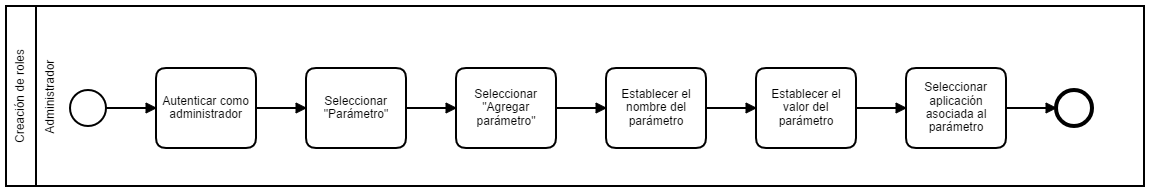
Earlier version of the BPMN export configuracion/imagenes/creacion_parametro_nodo.png (udistrital/arquitectura_docs). Its source is kept beside it as configuracion/imagenes/creacion_parametro_nodo.bpmn. Ids are renumbered. Source of this version:
```xml
<bpmn:definitions xmlns:bpmn="http://www.omg.org/spec/BPMN/20100524/MODEL" xmlns:bpmndi="http://www.omg.org/spec/BPMN/20100524/DI" xmlns:di="http://www.omg.org/spec/DD/20100524/DI" xmlns:dc="http://www.omg.org/spec/DD/20100524/DC" id="Definitions_n1" targetNamespace="http://bpmn.io/schema/bpmn" exporter="Camunda Modeler" exporterVersion="1.14.0">
  <bpmn:collaboration id="Collaboration_n2">
    <bpmn:participant id="Participant_n3" name="Creación de roles" processRef="Process_1" />
  </bpmn:collaboration>
  <bpmn:process id="Process_1" isExecutable="true">
    <bpmn:laneSet>
      <bpmn:lane id="Lane_n4" name="Administrador">
        <bpmn:flowNodeRef>StartEvent_n5</bpmn:flowNodeRef>
        <bpmn:flowNodeRef>Task_n6</bpmn:flowNodeRef>
        <bpmn:flowNodeRef>Task_n7</bpmn:flowNodeRef>
        <bpmn:flowNodeRef>Task_n8</bpmn:flowNodeRef>
        <bpmn:flowNodeRef>Task_n9</bpmn:flowNodeRef>
        <bpmn:flowNodeRef>Task_n10</bpmn:flowNodeRef>
        <bpmn:flowNodeRef>Task_n11</bpmn:flowNodeRef>
        <bpmn:flowNodeRef>EndEvent_n12</bpmn:flowNodeRef>
      </bpmn:lane>
    </bpmn:laneSet>
    <bpmn:startEvent id="StartEvent_n5">
      <bpmn:outgoing>SequenceFlow_n13</bpmn:outgoing>
    </bpmn:startEvent>
    <bpmn:task id="Task_n6" name="Autenticar como administrador">
      <bpmn:incoming>SequenceFlow_n13</bpmn:incoming>
      <bpmn:outgoing>SequenceFlow_n14</bpmn:outgoing>
    </bpmn:task>
    <bpmn:task id="Task_n7" name="Seleccionar &#34;Parámetro&#34;">
      <bpmn:incoming>SequenceFlow_n14</bpmn:incoming>
      <bpmn:outgoing>SequenceFlow_n15</bpmn:outgoing>
    </bpmn:task>
    <bpmn:task id="Task_n8" name="Seleccionar &#34;Agregar parámetro&#34;">
      <bpmn:incoming>SequenceFlow_n15</bpmn:incoming>
      <bpmn:outgoing>SequenceFlow_n16</bpmn:outgoing>
    </bpmn:task>
    <bpmn:task id="Task_n9" name="Establecer el nombre del parámetro">
      <bpmn:incoming>SequenceFlow_n16</bpmn:incoming>
      <bpmn:outgoing>SequenceFlow_n17</bpmn:outgoing>
    </bpmn:task>
    <bpmn:task id="Task_n10" name="Establecer el valor del parámetro ">
      <bpmn:incoming>SequenceFlow_n17</bpmn:incoming>
      <bpmn:outgoing>SequenceFlow_n18</bpmn:outgoing>
    </bpmn:task>
    <bpmn:task id="Task_n11" name="Seleccionar aplicación asociada al parámetro">
      <bpmn:incoming>SequenceFlow_n18</bpmn:incoming>
      <bpmn:outgoing>SequenceFlow_n19</bpmn:outgoing>
    </bpmn:task>
    <bpmn:endEvent id="EndEvent_n12">
      <bpmn:incoming>SequenceFlow_n19</bpmn:incoming>
    </bpmn:endEvent>
    <bpmn:sequenceFlow id="SequenceFlow_n13" sourceRef="StartEvent_n5" targetRef="Task_n6" />
    <bpmn:sequenceFlow id="SequenceFlow_n14" sourceRef="Task_n6" targetRef="Task_n7" />
    <bpmn:sequenceFlow id="SequenceFlow_n15" sourceRef="Task_n7" targetRef="Task_n8" />
    <bpmn:sequenceFlow id="SequenceFlow_n16" sourceRef="Task_n8" targetRef="Task_n9" />
    <bpmn:sequenceFlow id="SequenceFlow_n17" sourceRef="Task_n9" targetRef="Task_n10" />
    <bpmn:sequenceFlow id="SequenceFlow_n18" sourceRef="Task_n10" targetRef="Task_n11" />
    <bpmn:sequenceFlow id="SequenceFlow_n19" sourceRef="Task_n11" targetRef="EndEvent_n12" />
  </bpmn:process>
  <bpmndi:BPMNDiagram id="BPMNDiagram_1">
    <bpmndi:BPMNPlane id="BPMNPlane_1" bpmnElement="Collaboration_n2">
      <bpmndi:BPMNShape id="Participant_n3_di" bpmnElement="Participant_n3">
        <dc:Bounds x="28" y="96" width="1138" height="180" />
      </bpmndi:BPMNShape>
      <bpmndi:BPMNShape id="Lane_n4_di" bpmnElement="Lane_n4">
        <dc:Bounds x="58" y="96" width="1108" height="180" />
      </bpmndi:BPMNShape>
      <bpmndi:BPMNShape id="StartEvent_n5_di" bpmnElement="StartEvent_n5">
        <dc:Bounds x="92" y="180" width="36" height="36" />
        <bpmndi:BPMNLabel>
          <dc:Bounds x="65" y="216" width="0" height="12" />
        </bpmndi:BPMNLabel>
      </bpmndi:BPMNShape>
      <bpmndi:BPMNShape id="Task_n6_di" bpmnElement="Task_n6">
        <dc:Bounds x="178" y="158" width="100" height="80" />
      </bpmndi:BPMNShape>
      <bpmndi:BPMNShape id="Task_n7_di" bpmnElement="Task_n7">
        <dc:Bounds x="328" y="158" width="100" height="80" />
      </bpmndi:BPMNShape>
      <bpmndi:BPMNShape id="Task_n8_di" bpmnElement="Task_n8">
        <dc:Bounds x="478" y="158" width="100" height="80" />
      </bpmndi:BPMNShape>
      <bpmndi:BPMNShape id="Task_n9_di" bpmnElement="Task_n9">
        <dc:Bounds x="628" y="158" width="100" height="80" />
      </bpmndi:BPMNShape>
      <bpmndi:BPMNShape id="Task_n10_di" bpmnElement="Task_n10">
        <dc:Bounds x="778" y="158" width="100" height="80" />
      </bpmndi:BPMNShape>
      <bpmndi:BPMNShape id="Task_n11_di" bpmnElement="Task_n11">
        <dc:Bounds x="928" y="158" width="100" height="80" />
      </bpmndi:BPMNShape>
      <bpmndi:BPMNShape id="EndEvent_n12_di" bpmnElement="EndEvent_n12">
        <dc:Bounds x="1078" y="180" width="36" height="36" />
        <bpmndi:BPMNLabel>
          <dc:Bounds x="1096" y="220" width="0" height="12" />
        </bpmndi:BPMNLabel>
      </bpmndi:BPMNShape>
      <bpmndi:BPMNEdge id="SequenceFlow_n13_di" bpmnElement="SequenceFlow_n13">
        <di:waypoint x="128" y="198" />
        <di:waypoint x="178" y="198" />
        <bpmndi:BPMNLabel>
          <dc:Bounds x="153" y="177" width="0" height="12" />
        </bpmndi:BPMNLabel>
      </bpmndi:BPMNEdge>
      <bpmndi:BPMNEdge id="SequenceFlow_n14_di" bpmnElement="SequenceFlow_n14">
        <di:waypoint x="278" y="198" />
        <di:waypoint x="328" y="198" />
        <bpmndi:BPMNLabel>
          <dc:Bounds x="303" y="177" width="0" height="12" />
        </bpmndi:BPMNLabel>
      </bpmndi:BPMNEdge>
      <bpmndi:BPMNEdge id="SequenceFlow_n15_di" bpmnElement="SequenceFlow_n15">
        <di:waypoint x="428" y="198" />
        <di:waypoint x="478" y="198" />
        <bpmndi:BPMNLabel>
          <dc:Bounds x="453" y="177" width="0" height="12" />
        </bpmndi:BPMNLabel>
      </bpmndi:BPMNEdge>
      <bpmndi:BPMNEdge id="SequenceFlow_n16_di" bpmnElement="SequenceFlow_n16">
        <di:waypoint x="578" y="198" />
        <di:waypoint x="628" y="198" />
        <bpmndi:BPMNLabel>
          <dc:Bounds x="603" y="177" width="0" height="12" />
        </bpmndi:BPMNLabel>
      </bpmndi:BPMNEdge>
      <bpmndi:BPMNEdge id="SequenceFlow_n17_di" bpmnElement="SequenceFlow_n17">
        <di:waypoint x="728" y="198" />
        <di:waypoint x="778" y="198" />
        <bpmndi:BPMNLabel>
          <dc:Bounds x="753" y="177" width="0" height="12" />
        </bpmndi:BPMNLabel>
      </bpmndi:BPMNEdge>
      <bpmndi:BPMNEdge id="SequenceFlow_n18_di" bpmnElement="SequenceFlow_n18">
        <di:waypoint x="878" y="198" />
        <di:waypoint x="928" y="198" />
        <bpmndi:BPMNLabel>
          <dc:Bounds x="903" y="177" width="0" height="12" />
        </bpmndi:BPMNLabel>
      </bpmndi:BPMNEdge>
      <bpmndi:BPMNEdge id="SequenceFlow_n19_di" bpmnElement="SequenceFlow_n19">
        <di:waypoint x="1028" y="198" />
        <di:waypoint x="1078" y="198" />
        <bpmndi:BPMNLabel>
          <dc:Bounds x="1053" y="177" width="0" height="12" />
        </bpmndi:BPMNLabel>
      </bpmndi:BPMNEdge>
    </bpmndi:BPMNPlane>
  </bpmndi:BPMNDiagram>
</bpmn:definitions>
```
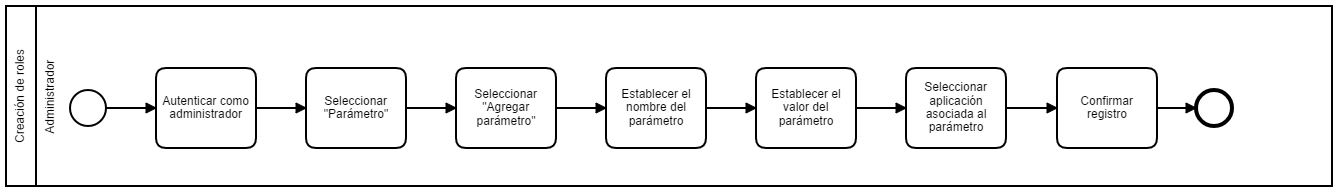
After the change.

Commit message:
confirmar registro en procesos

The edit, as a diff of the source:
```diff
@@ -13,6 +13,7 @@
         <bpmn:flowNodeRef>Task_n10</bpmn:flowNodeRef>
         <bpmn:flowNodeRef>Task_n11</bpmn:flowNodeRef>
         <bpmn:flowNodeRef>EndEvent_n12</bpmn:flowNodeRef>
+        <bpmn:flowNodeRef>Task_n20</bpmn:flowNodeRef>
       </bpmn:lane>
     </bpmn:laneSet>
     <bpmn:startEvent id="StartEvent_n5">
@@ -40,26 +41,31 @@
     </bpmn:task>
     <bpmn:task id="Task_n11" name="Seleccionar aplicación asociada al parámetro">
       <bpmn:incoming>SequenceFlow_n18</bpmn:incoming>
-      <bpmn:outgoing>SequenceFlow_n19</bpmn:outgoing>
+      <bpmn:outgoing>SequenceFlow_n21</bpmn:outgoing>
     </bpmn:task>
-    <bpmn:endEvent id="EndEvent_n12">
-      <bpmn:incoming>SequenceFlow_n19</bpmn:incoming>
-    </bpmn:endEvent>
     <bpmn:sequenceFlow id="SequenceFlow_n13" sourceRef="StartEvent_n5" targetRef="Task_n6" />
     <bpmn:sequenceFlow id="SequenceFlow_n14" sourceRef="Task_n6" targetRef="Task_n7" />
     <bpmn:sequenceFlow id="SequenceFlow_n15" sourceRef="Task_n7" targetRef="Task_n8" />
     <bpmn:sequenceFlow id="SequenceFlow_n16" sourceRef="Task_n8" targetRef="Task_n9" />
     <bpmn:sequenceFlow id="SequenceFlow_n17" sourceRef="Task_n9" targetRef="Task_n10" />
     <bpmn:sequenceFlow id="SequenceFlow_n18" sourceRef="Task_n10" targetRef="Task_n11" />
-    <bpmn:sequenceFlow id="SequenceFlow_n19" sourceRef="Task_n11" targetRef="EndEvent_n12" />
+    <bpmn:endEvent id="EndEvent_n12">
+      <bpmn:incoming>SequenceFlow_n22</bpmn:incoming>
+    </bpmn:endEvent>
+    <bpmn:task id="Task_n20" name="Confirmar registro">
+      <bpmn:incoming>SequenceFlow_n21</bpmn:incoming>
+      <bpmn:outgoing>SequenceFlow_n22</bpmn:outgoing>
+    </bpmn:task>
+    <bpmn:sequenceFlow id="SequenceFlow_n21" sourceRef="Task_n11" targetRef="Task_n20" />
+    <bpmn:sequenceFlow id="SequenceFlow_n22" sourceRef="Task_n20" targetRef="EndEvent_n12" />
   </bpmn:process>
   <bpmndi:BPMNDiagram id="BPMNDiagram_1">
     <bpmndi:BPMNPlane id="BPMNPlane_1" bpmnElement="Collaboration_n2">
       <bpmndi:BPMNShape id="Participant_n3_di" bpmnElement="Participant_n3">
-        <dc:Bounds x="28" y="96" width="1138" height="180" />
+        <dc:Bounds x="28" y="96" width="1326" height="180" />
       </bpmndi:BPMNShape>
       <bpmndi:BPMNShape id="Lane_n4_di" bpmnElement="Lane_n4">
-        <dc:Bounds x="58" y="96" width="1108" height="180" />
+        <dc:Bounds x="58" y="96" width="1296" height="180" />
       </bpmndi:BPMNShape>
       <bpmndi:BPMNShape id="StartEvent_n5_di" bpmnElement="StartEvent_n5">
         <dc:Bounds x="92" y="180" width="36" height="36" />
@@ -86,9 +92,9 @@
         <dc:Bounds x="928" y="158" width="100" height="80" />
       </bpmndi:BPMNShape>
       <bpmndi:BPMNShape id="EndEvent_n12_di" bpmnElement="EndEvent_n12">
-        <dc:Bounds x="1078" y="180" width="36" height="36" />
+        <dc:Bounds x="1218" y="180" width="36" height="36" />
         <bpmndi:BPMNLabel>
-          <dc:Bounds x="1096" y="220" width="0" height="12" />
+          <dc:Bounds x="1191" y="220" width="90" height="12" />
         </bpmndi:BPMNLabel>
       </bpmndi:BPMNShape>
       <bpmndi:BPMNEdge id="SequenceFlow_n13_di" bpmnElement="SequenceFlow_n13">
@@ -133,11 +139,21 @@
           <dc:Bounds x="903" y="177" width="0" height="12" />
         </bpmndi:BPMNLabel>
       </bpmndi:BPMNEdge>
-      <bpmndi:BPMNEdge id="SequenceFlow_n19_di" bpmnElement="SequenceFlow_n19">
+      <bpmndi:BPMNShape id="Task_n20_di" bpmnElement="Task_n20">
+        <dc:Bounds x="1079" y="158" width="100" height="80" />
+      </bpmndi:BPMNShape>
+      <bpmndi:BPMNEdge id="SequenceFlow_n21_di" bpmnElement="SequenceFlow_n21">
         <di:waypoint x="1028" y="198" />
-        <di:waypoint x="1078" y="198" />
+        <di:waypoint x="1079" y="198" />
         <bpmndi:BPMNLabel>
-          <dc:Bounds x="1053" y="177" width="0" height="12" />
+          <dc:Bounds x="1053.5" y="177" width="0" height="12" />
+        </bpmndi:BPMNLabel>
+      </bpmndi:BPMNEdge>
+      <bpmndi:BPMNEdge id="SequenceFlow_n22_di" bpmnElement="SequenceFlow_n22">
+        <di:waypoint x="1179" y="198" />
+        <di:waypoint x="1218" y="198" />
+        <bpmndi:BPMNLabel>
+          <dc:Bounds x="1198.5" y="177" width="0" height="12" />
         </bpmndi:BPMNLabel>
       </bpmndi:BPMNEdge>
     </bpmndi:BPMNPlane>
```
